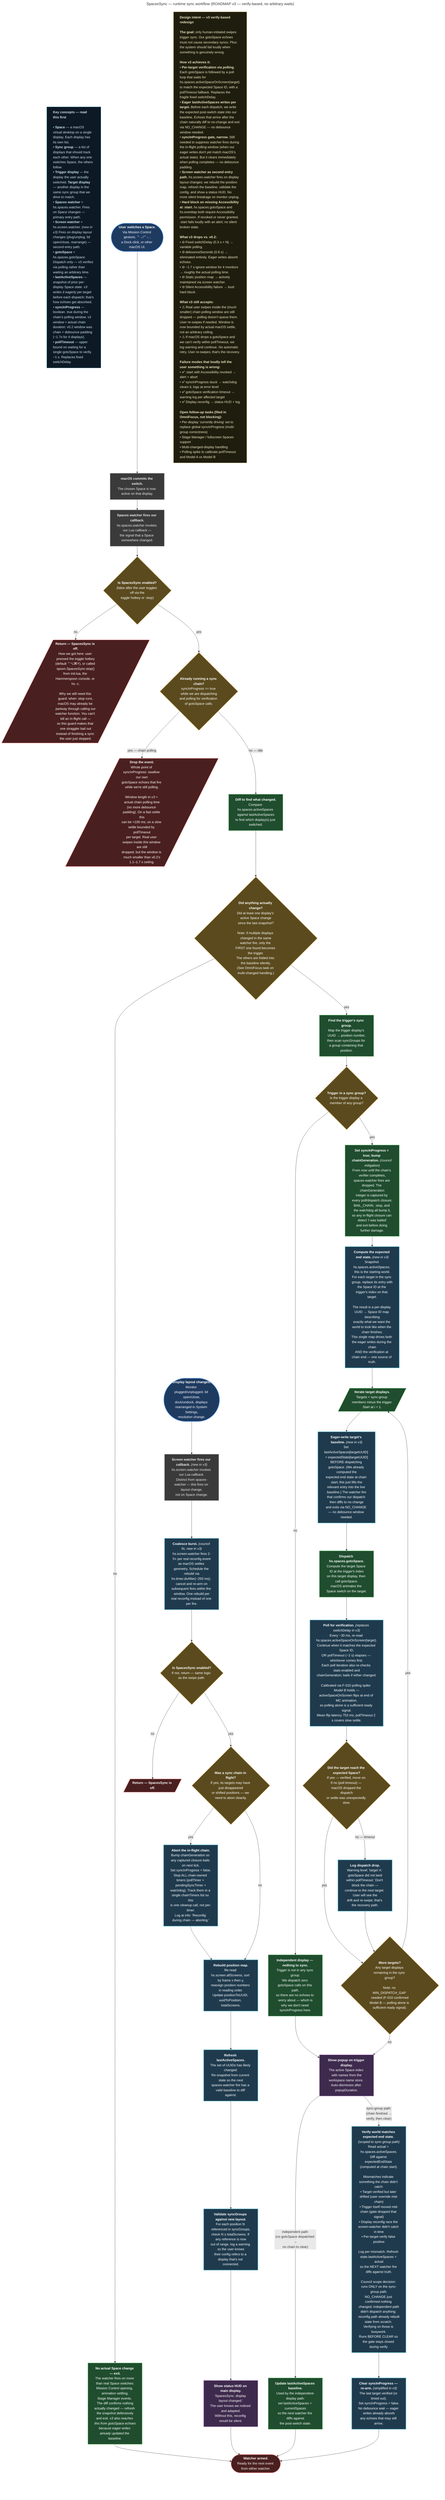
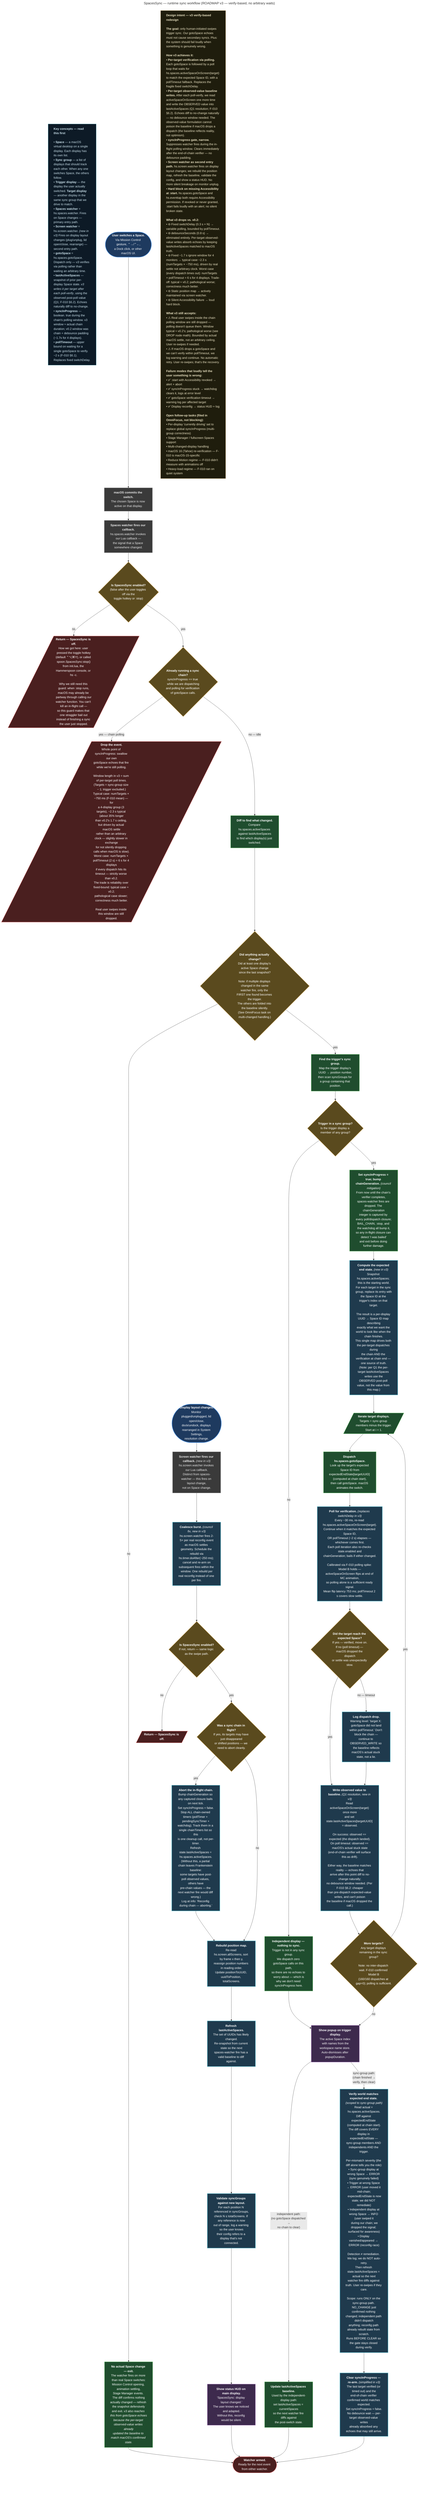
---
title: SpacesSync — runtime sync workflow (ROADMAP v3 — verify-based, no arbitrary waits)
---
flowchart TD
    classDef user fill:#1e3a5f,stroke:#4a90e2,stroke-width:2px,color:#fff
    classDef macos fill:#3a3a3a,stroke:#888,stroke-width:1.5px,color:#eee
    classDef spoon fill:#1f4d2e,stroke:#4caf50,stroke-width:1.5px,color:#fff
    classDef new fill:#1f3a4d,stroke:#4ab3c6,stroke-width:2px,color:#fff
    classDef decision fill:#5a4a1e,stroke:#d4a853,stroke-width:1.5px,color:#fff
    classDef terminal fill:#4a1f1f,stroke:#e57373,stroke-width:1.5px,color:#fff
    classDef ui fill:#3d2a4d,stroke:#b07cc6,stroke-width:1.5px,color:#fff

    %% ============================================================
    %% READING NOTE
    %% ============================================================
    %% v3 differs from CURRENT in three structural ways:
    %% 1. Two entry paths instead of one — the spaces-watcher path
    %%    (user swipes) and a new screen-watcher path (display reconfig).
    %% 2. The sync chain uses fire-and-verify instead of fire-and-wait.
    %%    The fixed switchDelay and debounceSeconds are gone.
-     %% 3. Eager lastActiveSpaces writes per target before each dispatch.
-     %%    This is how echoes get absorbed without a debounce window.
+     %% 3. Per-target lastActiveSpaces writes happen AFTER each poll-verify,
+     %%    using the OBSERVED post-poll value (Q1 resolution; F-010 §6.2).
+     %%    Echoes get absorbed without a debounce window because the
+     %%    baseline always matches what macOS just confirmed.
    %% Each node opens with a <b>bold lead</b> for quick-skim.
    %% Detail follows for the deeper reader.
    %% ============================================================

    %% ============================================================
    %% KEY CONCEPTS — read this first
    %% ============================================================
-     KEY["<div style='text-align: left;'><b>Key concepts — read this first</b><br/><br/>• <b>Space</b> — a macOS virtual desktop on a single display. Each display has its own list.<br/>• <b>Sync group</b> — a list of displays that should track each other. When any one switches Space, the others follow.<br/>• <b>Trigger display</b> — the display the user actually switched. <b>Target display</b> — another display in the same sync group that we drive to match.<br/>• <b>Spaces watcher</b> = hs.spaces.watcher. Fires on Space changes — primary entry path.<br/>• <b>Screen watcher</b> = hs.screen.watcher. <i>(new in v3)</i> Fires on display layout changes (plug/unplug, lid open/close, rearrange) — second entry path.<br/>• <b>gotoSpace</b> = hs.spaces.gotoSpace. Dispatch only — v3 verifies via polling rather than waiting an arbitrary time.<br/>• <b>lastActiveSpaces</b> — snapshot of prior per-display Space state. <i>v3 writes it eagerly per target</i> before each dispatch; that's how echoes get absorbed.<br/>• <b>syncInProgress</b> — boolean. true during the chain's polling window. v3 window ≈ actual chain duration; v0.2 window was chain + debounce padding (~1.7s for 4 displays).<br/>• <b>pollTimeout</b> — upper bound on waiting for a single gotoSpace to verify. ~1 s. Replaces fixed switchDelay.</div>"]:::keybox
+     KEY["<div style='text-align: left;'><b>Key concepts — read this first</b><br/><br/>• <b>Space</b> — a macOS virtual desktop on a single display. Each display has its own list.<br/>• <b>Sync group</b> — a list of displays that should track each other. When any one switches Space, the others follow.<br/>• <b>Trigger display</b> — the display the user actually switched. <b>Target display</b> — another display in the same sync group that we drive to match.<br/>• <b>Spaces watcher</b> = hs.spaces.watcher. Fires on Space changes — primary entry path.<br/>• <b>Screen watcher</b> = hs.screen.watcher. <i>(new in v3)</i> Fires on display layout changes (plug/unplug, lid open/close, rearrange) — second entry path.<br/>• <b>gotoSpace</b> = hs.spaces.gotoSpace. Dispatch only — v3 verifies via polling rather than waiting an arbitrary time.<br/>• <b>lastActiveSpaces</b> — snapshot of prior per-display Space state. <i>v3 writes it per target after each poll-verify</i>, using the observed post-poll value (Q1; F-010 §6.2). Echoes naturally diff to no-change.<br/>• <b>syncInProgress</b> — boolean. true during the chain's polling window. v3 window ≈ actual chain duration; v0.2 window was chain + debounce padding (~1.7s for 4 displays).<br/>• <b>pollTimeout</b> — upper bound on waiting for a single gotoSpace to verify. ~2 s (F-010 §6.1). Replaces fixed switchDelay.</div>"]:::keybox
    classDef keybox fill:#0d1a26,stroke:#4ab3c6,color:#cfe6f0,text-align:left

    %% ============================================================
    %% ENTRY PATH 1 — USER SWIPE → SPACES WATCHER
    %% ============================================================

    U(["<b>User switches a Space.</b><br/>Via Mission Control gesture, ⌃→/⌃←,<br/>a Dock click, or other macOS UI."]):::user
    OS["<b>macOS commits the switch.</b><br/>The chosen Space is now active on that display."]:::macos
    W["<b>Spaces watcher fires our callback.</b><br/>hs.spaces.watcher invokes our Lua callback —<br/>the signal that a Space somewhere changed."]:::macos

    GATE_ENABLED{"<b>Is SpacesSync enabled?</b><br/>(false after the user toggles off via the<br/>toggle hotkey or :stop)"}:::decision
    SKIP_DISABLED[/"<b>Return — SpacesSync is off.</b><br/>How we got here: user pressed the toggle hotkey<br/>(default ⌃⌥⌘Y), or called spoon.SpacesSync:stop()<br/>from init.lua, the Hammerspoon console, or hs -c.<br/><br/>Why we still need this guard: when :stop runs,<br/>macOS may already be partway through calling our<br/>watcher function. You can't kill an in-flight call —<br/>so this guard makes that one straggler bail out<br/>instead of finishing a sync the user just stopped."/]:::terminal

    GATE_RUNNING{"<b>Already running a sync chain?</b><br/>syncInProgress == true while we are dispatching<br/>and polling for verification of gotoSpace calls."}:::decision
-     DROP[/"<b>Drop the event.</b><br/>Whole point of syncInProgress: swallow our own<br/>gotoSpace echoes that fire while we're still polling.<br/><br/>Window length in v3 ≈ actual chain polling time<br/>(no more debounce padding). On a fast settle this<br/>can be &lt;100 ms; on a slow settle bounded by pollTimeout<br/>per target. Real user swipes inside this window are still<br/>dropped, but the window is much smaller than v0.2's<br/>1.1–1.7 s ceiling."/]:::terminal
+     DROP[/"<b>Drop the event.</b><br/>Whole point of syncInProgress: swallow our own<br/>gotoSpace echoes that fire while we're still polling.<br/><br/>Window length in v3 = sum of per-target poll times.<br/>(Targets = sync-group size − 1; trigger excluded.)<br/>Typical case: numTargets × ~750 ms (F-010 mean) — for<br/>a 4-display group (3 targets), ~2.3 s typical (about 35% longer<br/>than v0.2's 1.7 s ceiling, but driven by actual macOS settle<br/>rather than an arbitrary clock — slightly slower in exchange<br/>for not silently dropping calls when macOS is slow).<br/>Worst case: numTargets × pollTimeout (2 s) = 6 s for 4 displays<br/>if every dispatch hits its timeout — strictly worse than v0.2.<br/>The trade is reliability over fixed-bound: typical case ≈ v0.2;<br/>pathological case slower; correctness much better.<br/><br/>Real user swipes inside this window are still dropped."/]:::terminal

    DIFF["<b>Diff to find what changed.</b><br/>Compare hs.spaces.activeSpaces against lastActiveSpaces<br/>to find which display(s) just switched."]:::spoon
    FIND{"<b>Did anything actually change?</b><br/>Did at least one display's active Space change<br/>since the last snapshot?<br/><br/>Note: if multiple displays changed in the same<br/>watcher fire, only the FIRST one found becomes the trigger.<br/>The others are folded into the baseline silently.<br/>(See OmniFocus task on multi-changed handling.)"}:::decision
-     NO_CHANGE["<b>No actual Space change — exit.</b><br/>The watcher fires on more than real Space switches:<br/>Mission Control opening, animation settling,<br/>Stage Manager events. The diff confirms nothing<br/>actually changed — refresh the snapshot defensively<br/>and exit. <i>v3 also reaches this from gotoSpace echoes</i><br/><i>because eager writes already updated the baseline.</i>"]:::spoon
+     NO_CHANGE["<b>No actual Space change — exit.</b><br/>The watcher fires on more than real Space switches:<br/>Mission Control opening, animation settling,<br/>Stage Manager events. The diff confirms nothing<br/>actually changed — refresh the snapshot defensively<br/>and exit. <i>v3 also reaches this from gotoSpace echoes</i><br/><i>because the per-target observed-value writes already</i><br/><i>updated the baseline to match macOS's confirmed state.</i>"]:::spoon

    LOOKUP["<b>Find the trigger's sync group.</b><br/>Map the trigger display's UUID → position number,<br/>then scan syncGroups for a group containing that position."]:::spoon
    GROUP{"<b>Trigger in a sync group?</b><br/>Is the trigger display a member of any group?"}:::decision

    INDEPENDENT["<b>Independent display — nothing to sync.</b><br/>Trigger is not in any sync group.<br/>We dispatch zero gotoSpace calls on this path,<br/>so there are no echoes to worry about — which is<br/>why we don't need syncInProgress here."]:::spoon

    LOCK["<b>Set syncInProgress = true; bump chainGeneration.</b> <i>(council mitigation)</i><br/>From now until the chain's verifier completes,<br/>spaces-watcher fires are dropped. The chainGeneration<br/>integer is captured by every poll/dispatch closure;<br/>BAIL_CHAIN, :stop, and the watchdog all bump it,<br/>so any in-flight closure can detect 'I was bailed'<br/>and exit before doing further damage."]:::spoon

-     COMPUTE_EXPECTED["<b>Compute the expected end state.</b> <i>(new in v3)</i><br/>Snapshot hs.spaces.activeSpaces; this is the starting world.<br/>For each target in the sync group, replace its entry with<br/>the Space ID at the trigger's index on that target.<br/><br/>The result is a per-display UUID → Space ID map describing<br/>exactly what we want the world to look like when the chain finishes.<br/>This single map drives both the eager writes during the chain<br/>AND the verification at chain end — one source of truth."]:::new
+     COMPUTE_EXPECTED["<b>Compute the expected end state.</b> <i>(new in v3)</i><br/>Snapshot hs.spaces.activeSpaces; this is the starting world.<br/>For each target in the sync group, replace its entry with<br/>the Space ID at the trigger's index on that target.<br/><br/>The result is a per-display UUID → Space ID map describing<br/>exactly what we want the world to look like when the chain finishes.<br/>This single map drives both the per-target dispatches during<br/>the chain AND the verification at chain end — one source of truth.<br/>(Note: per Q1 the per-target lastActiveSpaces writes use the<br/>OBSERVED post-poll value, not the value from this map.)"]:::new

    SYNCNEXT[/"<b>Iterate target displays.</b><br/>Targets = sync-group members minus the trigger.<br/>Start at i = 1."/]:::spoon

    %% --- v3 NEW: fire-and-verify replaces fire-and-wait ---
-     EAGER_WRITE["<b>Eager-write target's baseline.</b> <i>(new in v3)</i><br/>Set lastActiveSpaces[targetUUID] = expectedState[targetUUID]<br/>BEFORE dispatching gotoSpace. (We already computed the<br/>expected end state at chain start; this just lifts the<br/>relevant entry into the live baseline.) The watcher fire<br/>that confirms our dispatch then diffs to no-change<br/>and exits via NO_CHANGE — no debounce window needed."]:::new
-     DISPATCH["<b>Dispatch hs.spaces.gotoSpace.</b><br/>Compute the target Space ID at the trigger's index<br/>on this target display, then call gotoSpace.<br/>macOS animates the Space switch on the target."]:::spoon
+     DISPATCH["<b>Dispatch hs.spaces.gotoSpace.</b><br/>Look up the target's expected Space ID from<br/>expectedEndState[targetUUID] (computed at chain start),<br/>then call gotoSpace. macOS animates the switch."]:::spoon
    POLL["<b>Poll for verification.</b> <i>(replaces switchDelay in v3)</i><br/>Every ~30 ms, re-read hs.spaces.activeSpaceOnScreen(target).<br/>Continue when it matches the expected Space ID,<br/>OR pollTimeout (~2 s) elapses — whichever comes first.<br/>Each poll iteration also re-checks state.enabled and<br/>chainGeneration; bails if either changed.<br/><br/>Calibrated via F-010 polling spike: Model B holds —<br/>activeSpaceOnScreen flips at end of MC animation,<br/>so polling alone is a sufficient ready signal.<br/>Mean flip latency 753 ms; pollTimeout 2 s covers slow settle."]:::new
    VERIFY{"<b>Did the target reach the expected Space?</b><br/>If yes — verified, move on.<br/>If no (poll timeout) — macOS dropped the dispatch<br/>or settle was unexpectedly slow."}:::decision
-     DROPPED_LOG["<b>Log dispatch drop.</b><br/>Warning level: 'target X: gotoSpace did not land<br/>within pollTimeout.' Don't block the chain —<br/>continue to the next target. User will see the<br/>drift and re-swipe; that's the recovery path."]:::new
-     MORE{"<b>More targets?</b><br/>Any target displays remaining in the sync group?<br/><br/>Note: no MIN_DISPATCH_GAP needed (F-010 confirmed<br/>Model B — polling alone is sufficient ready signal)."}:::decision
+     DROPPED_LOG["<b>Log dispatch drop.</b><br/>Warning level: 'target X: gotoSpace did not land<br/>within pollTimeout.' Don't block the chain —<br/>continue to OBSERVED_WRITE so the baseline reflects<br/>macOS's actual stuck state, not a lie."]:::new

-     VERIFY_END_STATE["<b>Verify world matches expected end state.</b> <i>(scoped to sync-group path)</i><br/>Read actual = hs.spaces.activeSpaces.<br/>Diff against expectedEndState (computed at chain start).<br/><br/>Mismatches indicate something the chain didn't catch:<br/>• Target verified but later drifted (user override mid-chain)<br/>• Trigger itself moved mid-chain (gate dropped that signal)<br/>• Display reconfig race the screen-watcher didn't catch in time<br/>• Per-target verify false positive<br/><br/>Log per mismatch. Refresh state.lastActiveSpaces = actual<br/>so the NEXT watcher fire diffs against truth.<br/><br/>Council scope decision: runs ONLY on the sync-group path.<br/>NO_CHANGE just confirmed nothing changed; independent path<br/>didn't dispatch anything; reconfig path already rebuilt<br/>state from scratch. Verifying on those is busywork.<br/>Runs BEFORE CLEAR so the gate stays closed during verify."]:::new
+     OBSERVED_WRITE["<b>Write observed value to baseline.</b> <i>(Q1 resolution, new in v3)</i><br/>Read activeSpaceOnScreen(target) once more<br/>and set state.lastActiveSpaces[targetUUID] = observed.<br/><br/>On success: observed == expected (the dispatch landed).<br/>On poll timeout: observed == macOS's actual stuck state<br/>(end-of-chain verifier will surface this as drift).<br/><br/>Either way, the baseline matches reality — echoes that<br/>arrive after this point diff to no-change naturally;<br/>no debounce window needed. (Per F-010 §6.2: cheaper<br/>than pre-dispatch expected-value writes, and can't poison<br/>the baseline if macOS dropped the call.)"]:::new
+ 
+     MORE{"<b>More targets?</b><br/>Any target displays remaining in the sync group?<br/><br/>Note: no inter-dispatch wait. F-010 confirmed Model B<br/>(160/160 dispatches at gap=0); polling is sufficient."}:::decision
+ 
+     VERIFY_END_STATE["<b>Verify world matches expected end state.</b> <i>(scoped to sync-group path)</i><br/>Read actual = hs.spaces.activeSpaces.<br/>Diff against expectedEndState (computed at chain start).<br/>The diff covers EVERY display in expectedEndState —<br/>sync-group members AND independents AND the trigger.<br/><br/>Per-mismatch severity (the diff alone tells you the role):<br/>• Sync-group display at wrong Space → ERROR (sync genuinely failed)<br/>• Trigger at wrong Space → ERROR (user moved it mid-chain;<br/>  expectedEndState is now stale; we did NOT remediate)<br/>• Independent display at wrong Space → INFO (user swiped it<br/>  during our chain; we dropped the signal; surfaced for awareness)<br/>• Display vanished/appeared → ERROR (reconfig race)<br/><br/>Detection ≠ remediation. We log; we do NOT auto-retry.<br/>Then refresh state.lastActiveSpaces = actual so the next<br/>watcher fire diffs against truth. User re-swipes if they care.<br/><br/>Scope: runs ONLY on the sync-group path. NO_CHANGE just<br/>confirmed nothing changed; independent path didn't dispatch<br/>anything; reconfig path already rebuilt state from scratch.<br/>Runs BEFORE CLEAR so the gate stays closed during verify."]:::new

    POPUP["<b>Show popup on trigger display.</b><br/>The active Space index with names from the<br/>workspace name store. Auto-dismisses after popupDuration."]:::ui

-     CLEAR["<b>Clear syncInProgress — re-arm.</b> <i>(simplified in v3)</i><br/>The last target verified (or timed out).<br/>Set syncInProgress = false.<br/>No debounce wait — eager writes already absorb<br/>any echoes that may still arrive."]:::new
+     CLEAR["<b>Clear syncInProgress — re-arm.</b> <i>(simplified in v3)</i><br/>The last target verified (or timed out) and the<br/>end-of-chain verifier confirmed world matches expected.<br/>Set syncInProgress = false.<br/>No debounce wait — per-target observed-value writes<br/>already absorbed any echoes that may still arrive."]:::new

    UPDATE_BASELINE["<b>Update lastActiveSpaces baseline.</b><br/>Used by the independent-display path:<br/>set lastActiveSpaces = currentSpaces<br/>so the next watcher fire diffs against<br/>the post-switch state."]:::spoon

    DONE([<b>Watcher armed.</b><br/>Ready for the next event from either watcher.]):::terminal

    %% ============================================================
    %% ENTRY PATH 2 — DISPLAY RECONFIG → SCREEN WATCHER (new in v3)
    %% ============================================================

    RECONFIG([<b>Display layout changes.</b><br/>Monitor plugged/unplugged, lid open/close,<br/>dock/undock, displays rearranged in System Settings,<br/>resolution change.]):::user
    SW["<b>Screen watcher fires our callback.</b> <i>(new in v3)</i><br/>hs.screen.watcher invokes our Lua callback.<br/>Distinct from spaces-watcher — this fires on layout change,<br/>not on Space change."]:::macos
    SW_DEBOUNCE["<b>Coalesce burst.</b> <i>(council fix, new in v3)</i><br/>hs.screen.watcher fires 2-5× per real reconfig event<br/>as macOS settles geometry. Schedule the rebuild via<br/>hs.timer.doAfter(~250 ms); cancel and re-arm on<br/>subsequent fires within the window. One rebuild per<br/>real reconfig instead of one per fire."]:::new

    RECONFIG_GATE_ENABLED{"<b>Is SpacesSync enabled?</b><br/>If not, return — same logic as the swipe path."}:::decision
    RECONFIG_SKIP[/"<b>Return — SpacesSync is off.</b>"/]:::terminal

    RECONFIG_BAIL_GATE{"<b>Was a sync chain in flight?</b><br/>If yes, its targets may have just disappeared<br/>or shifted positions — we need to abort cleanly."}:::decision
-     BAIL_CHAIN["<b>Abort the in-flight chain.</b><br/>Bump chainGeneration so any captured closure bails on next tick.<br/>Set syncInProgress = false.<br/>Stop ALL chain-owned timers (pollTimer + pendingSyncTimer +<br/>watchdog). Track them in a single chainTimers list so this<br/>is one cleanup call, not per-timer.<br/>Log at info: 'Reconfig during chain — aborting.'"]:::new
+     BAIL_CHAIN["<b>Abort the in-flight chain.</b><br/>Bump chainGeneration so any captured closure bails on next tick.<br/>Set syncInProgress = false.<br/>Stop ALL chain-owned timers (pollTimer + pendingSyncTimer +<br/>watchdog). Track them in a single chainTimers list so this<br/>is one cleanup call, not per-timer.<br/>Refresh state.lastActiveSpaces = hs.spaces.activeSpaces.<br/>(Without this, a partial chain leaves Frankenstein baseline:<br/>some targets have post-poll observed values, others have<br/>pre-chain values — the next watcher fire would diff wrong.)<br/>Log at info: 'Reconfig during chain — aborting.'"]:::new

    REBUILD_MAP["<b>Rebuild position map.</b><br/>Re-read hs.screen.allScreens, sort by frame x then y,<br/>reassign position numbers in reading order.<br/>Update positionToUUID, uuidToPosition, totalScreens."]:::new

    REFRESH_BASELINE["<b>Refresh lastActiveSpaces.</b><br/>The set of UUIDs has likely changed.<br/>Re-snapshot from current state so the next<br/>spaces-watcher fire has a valid baseline to diff against."]:::new

    VALIDATE_CONFIG["<b>Validate syncGroups against new layout.</b><br/>For each position N referenced in syncGroups,<br/>check N ≤ totalScreens. If any reference is now<br/>out of range, log a warning so the user knows<br/>their config refers to a display that's not connected."]:::new

    STATUS_HUD["<b>Show status HUD on main display.</b><br/>'SpacesSync: display layout changed.'<br/>The user knows we noticed and adapted.<br/>Without this, reconfig would be silent."]:::ui

    %% ============================================================
    %% EDGES — entry path 1 (swipe)
    %% ============================================================

    U --> OS --> W --> GATE_ENABLED
    GATE_ENABLED -- no --> SKIP_DISABLED
    GATE_ENABLED -- yes --> GATE_RUNNING

    GATE_RUNNING -- "yes — chain polling" --> DROP
    GATE_RUNNING -- "no — idle" --> DIFF --> FIND
    FIND -- no --> NO_CHANGE --> DONE
    FIND -- yes --> LOOKUP --> GROUP

    GROUP -- no --> INDEPENDENT --> POPUP
-     GROUP -- yes --> LOCK --> COMPUTE_EXPECTED --> SYNCNEXT --> EAGER_WRITE --> DISPATCH --> POLL --> VERIFY
-     VERIFY -- yes --> MORE
-     VERIFY -- "no — timeout" --> DROPPED_LOG --> MORE
+     GROUP -- yes --> LOCK --> COMPUTE_EXPECTED --> SYNCNEXT --> DISPATCH --> POLL --> VERIFY
+     VERIFY -- yes --> OBSERVED_WRITE
+     VERIFY -- "no — timeout" --> DROPPED_LOG --> OBSERVED_WRITE
+     OBSERVED_WRITE --> MORE
    MORE -- yes --> SYNCNEXT
    MORE -- no --> POPUP

    POPUP -- "independent path:<br/>(no gotoSpace dispatched →<br/>no chain to clear)" --> UPDATE_BASELINE --> DONE
    POPUP -- "sync-group path:<br/>(chain finished →<br/>verify, then clear)" --> VERIFY_END_STATE --> CLEAR --> DONE

    %% ============================================================
    %% EDGES — entry path 2 (reconfig)
    %% ============================================================

    RECONFIG --> SW --> SW_DEBOUNCE --> RECONFIG_GATE_ENABLED
    RECONFIG_GATE_ENABLED -- no --> RECONFIG_SKIP
    RECONFIG_GATE_ENABLED -- yes --> RECONFIG_BAIL_GATE
    RECONFIG_BAIL_GATE -- yes --> BAIL_CHAIN --> REBUILD_MAP
    RECONFIG_BAIL_GATE -- no --> REBUILD_MAP
    REBUILD_MAP --> REFRESH_BASELINE --> VALIDATE_CONFIG --> STATUS_HUD --> DONE

    %% ============================================================
    %% DESIGN INTENT — what v3 changes vs. v0.2
    %% ============================================================

-     DESIGN["<div style='text-align: left;'><b>Design intent — v3 verify-based redesign</b><br/><br/><b>The goal:</b> only human-initiated swipes trigger sync. Our gotoSpace echoes must not cause secondary syncs. Plus: the system should fail loudly when something is genuinely wrong.<br/><br/><b>How v3 achieves it:</b><br/>• <b>Per-target verification via polling.</b> Each gotoSpace is followed by a poll loop that waits for hs.spaces.activeSpaceOnScreen(target) to match the expected Space ID, with a pollTimeout fallback. Replaces the fragile fixed switchDelay.<br/>• <b>Eager lastActiveSpaces writes per target.</b> Before each dispatch, we write the expected post-switch state into our baseline. Echoes that arrive after the chain naturally diff to no-change and exit via NO_CHANGE — no debounce window needed.<br/>• <b>syncInProgress gate, narrow.</b> Still needed to suppress watcher fires during the in-flight polling window (when our eager writes don't yet match macOS's actual state). But it clears immediately when polling completes — no debounce padding.<br/>• <b>Screen watcher as second entry path.</b> hs.screen.watcher fires on display layout changes; we rebuild the position map, refresh the baseline, validate the config, and show a status HUD. No more silent breakage on monitor unplug.<br/>• <b>Hard block on missing Accessibility at :start.</b> hs.spaces.gotoSpace and hs.eventtap both require Accessibility permission. If revoked or never granted, :start fails loudly with an alert; no silent broken state.<br/><br/><b>What v3 drops vs. v0.2:</b><br/>• ⊖ Fixed switchDelay (0.3 s × N) → variable polling.<br/>• ⊖ debounceSeconds (0.8 s) → eliminated entirely. Eager writes absorb echoes.<br/>• ⊖ ~1.7 s ignore window for 4 monitors → roughly the actual polling time.<br/>• ⊖ Static position map → actively maintained via screen watcher.<br/>• ⊖ Silent Accessibility failure → loud hard block.<br/><br/><b>What v3 still accepts:</b><br/>• ⚠ Real user swipes inside the (much smaller) chain polling window are still dropped — polling doesn't queue them. User re-swipes if needed. Window is now bounded by actual macOS settle, not an arbitrary ceiling.<br/>• ⚠ If macOS drops a gotoSpace and we can't verify within pollTimeout, we log warning and continue. No automatic retry. User re-swipes; that's the recovery.<br/><br/><b>Failure modes that loudly tell the user something is wrong:</b><br/>• ✅ :start with Accessibility revoked → alert + abort<br/>• ✅ syncInProgress stuck → watchdog clears it, logs at error level<br/>• ✅ gotoSpace verification timeout → warning log per affected target<br/>• ✅ Display reconfig → status HUD + log<br/><br/><b>Open follow-up tasks (filed in OmniFocus, not blocking):</b><br/>• Per-display 'currently driving' set to replace global syncInProgress (multi-group correctness)<br/>• Stage Manager / fullscreen Spaces support<br/>• Multi-changed-display handling<br/>• Polling spike to calibrate pollTimeout and Model A vs Model B</div>"]:::designbox
+     DESIGN["<div style='text-align: left;'><b>Design intent — v3 verify-based redesign</b><br/><br/><b>The goal:</b> only human-initiated swipes trigger sync. Our gotoSpace echoes must not cause secondary syncs. Plus: the system should fail loudly when something is genuinely wrong.<br/><br/><b>How v3 achieves it:</b><br/>• <b>Per-target verification via polling.</b> Each gotoSpace is followed by a poll loop that waits for hs.spaces.activeSpaceOnScreen(target) to match the expected Space ID, with a pollTimeout fallback. Replaces the fragile fixed switchDelay.<br/>• <b>Per-target observed-value baseline writes.</b> After each poll-verify, we read activeSpaceOnScreen one more time and write the OBSERVED value into lastActiveSpaces (Q1 resolution; F-010 §6.2). Echoes diff to no-change naturally — no debounce window needed. The observed-value formulation cannot poison the baseline if macOS drops a dispatch (the baseline reflects reality, not optimism).<br/>• <b>syncInProgress gate, narrow.</b> Suppresses watcher fires during the in-flight polling window. Clears immediately after the end-of-chain verifier — no debounce padding.<br/>• <b>Screen watcher as second entry path.</b> hs.screen.watcher fires on display layout changes; we rebuild the position map, refresh the baseline, validate the config, and show a status HUD. No more silent breakage on monitor unplug.<br/>• <b>Hard block on missing Accessibility at :start.</b> hs.spaces.gotoSpace and hs.eventtap both require Accessibility permission. If revoked or never granted, :start fails loudly with an alert; no silent broken state.<br/><br/><b>What v3 drops vs. v0.2:</b><br/>• ⊖ Fixed switchDelay (0.3 s × N) → variable polling, bounded by pollTimeout.<br/>• ⊖ debounceSeconds (0.8 s) → eliminated entirely. Per-target observed-value writes absorb echoes by keeping lastActiveSpaces matched to macOS truth.<br/>• ⊖ Fixed ~1.7 s ignore window for 4 monitors → typical case ~2.3 s (numTargets × ~750 ms), driven by real settle not arbitrary clock. Worst case (every dispatch times out): numTargets × pollTimeout = 6 s for 4 displays. Trade-off: typical ≈ v0.2; pathological worse; correctness much better.<br/>• ⊖ Static position map → actively maintained via screen watcher.<br/>• ⊖ Silent Accessibility failure → loud hard block.<br/><br/><b>What v3 still accepts:</b><br/>• ⚠ Real user swipes inside the chain polling window are still dropped — polling doesn't queue them. Window typical ≈ v0.2's; pathological worse (see DROP node math). Bounded by actual macOS settle, not an arbitrary ceiling. User re-swipes if needed.<br/>• ⚠ If macOS drops a gotoSpace and we can't verify within pollTimeout, we log warning and continue. No automatic retry. User re-swipes; that's the recovery.<br/><br/><b>Failure modes that loudly tell the user something is wrong:</b><br/>• ✅ :start with Accessibility revoked → alert + abort<br/>• ✅ syncInProgress stuck → watchdog clears it, logs at error level<br/>• ✅ gotoSpace verification timeout → warning log per affected target<br/>• ✅ Display reconfig → status HUD + log<br/><br/><b>Open follow-up tasks (filed in OmniFocus, not blocking):</b><br/>• Per-display 'currently driving' set to replace global syncInProgress (multi-group correctness)<br/>• Stage Manager / fullscreen Spaces support<br/>• Multi-changed-display handling<br/>• macOS 16 (Tahoe) re-verification — F-010 is macOS-15-specific<br/>• Reduce Motion regime — F-010 didn't measure with animations off<br/>• Heavy-load regime — F-010 ran on quiet system</div>"]:::designbox
    classDef designbox fill:#1f1d0d,stroke:#d4a853,color:#f0e8c8,text-align:left
